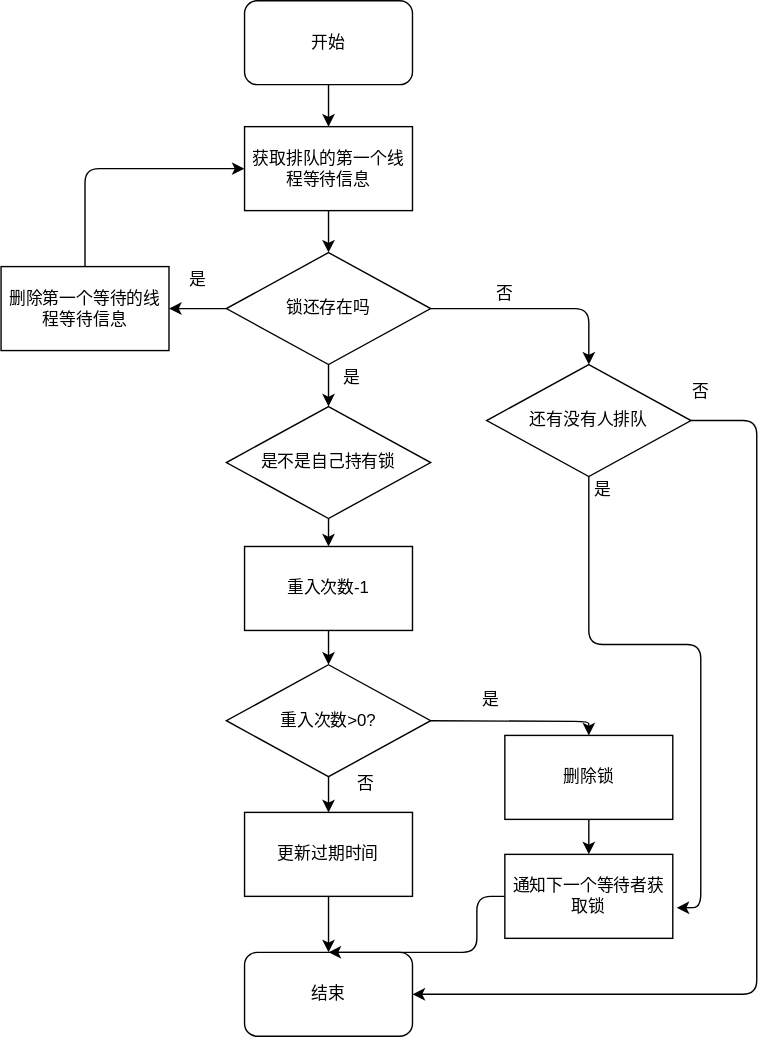
VegetableBCoder/redisson-learn keeps this draw.io diagram as redisson/src/main/resources/md/fair-lock/UnLock.dio.svg. Above is the earlier version. Source tidied: cells renumbered, new cells last; positions are measured from the earlier drawing's top-left corner, leaving out a move shared by most shapes.
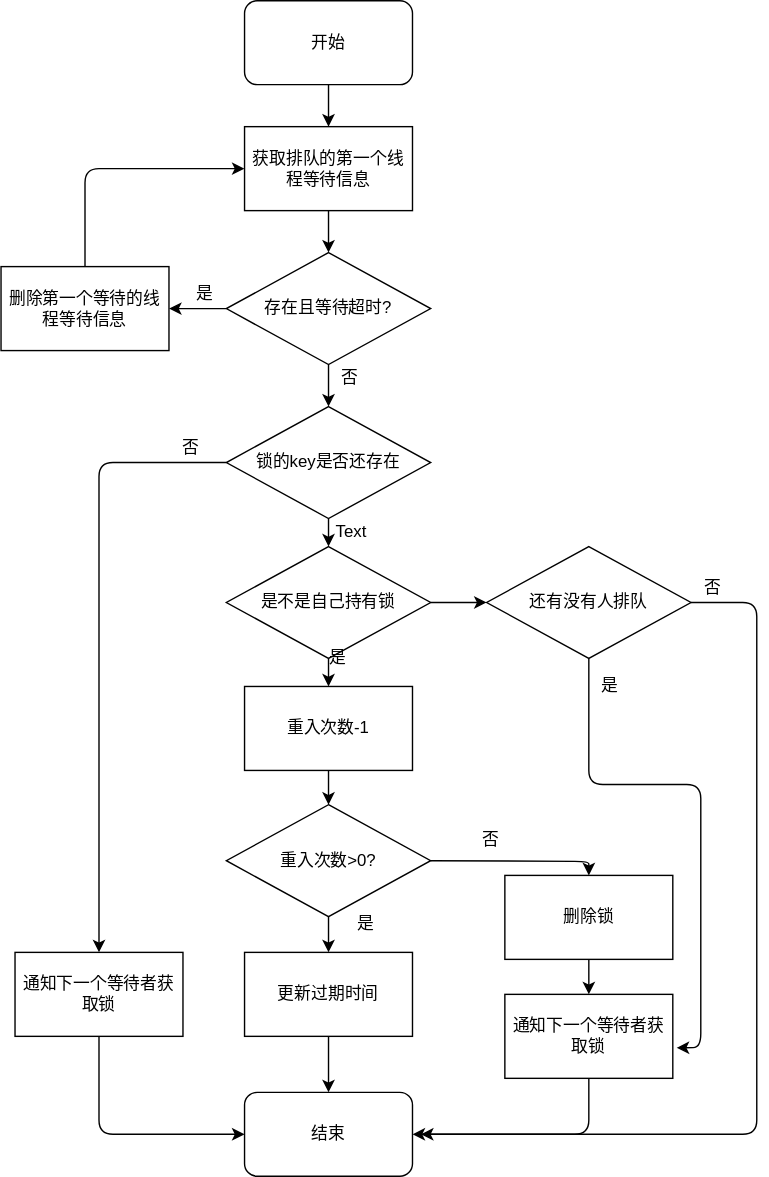
Above is the later version.

Diff of the diagram source:
```diff
@@ -19,17 +19,10 @@
         <mxPoint x="120" y="220" as="targetPoint" />
       </mxGeometry>
     </mxCell>
-    <mxCell id="7" style="edgeStyle=none;html=1;exitX=0.5;exitY=1;exitDx=0;exitDy=0;entryX=0.5;entryY=0;entryDx=0;entryDy=0;" parent="1" edge="1" source="9" target="13">
-      <mxGeometry relative="1" as="geometry" />
-    </mxCell>
-    <mxCell id="8" style="edgeStyle=none;html=1;exitX=1;exitY=0.5;exitDx=0;exitDy=0;entryX=0.5;entryY=0;entryDx=0;entryDy=0;" parent="1" edge="1" source="9" target="20">
-      <mxGeometry relative="1" as="geometry">
-        <Array as="points">
-          <mxPoint x="420" y="220" />
-        </Array>
-      </mxGeometry>
-    </mxCell>
+    <mxCell id="36" style="edgeStyle=none;html=1;exitX=0.5;exitY=1;exitDx=0;exitDy=0;entryX=0.5;entryY=0;entryDx=0;entryDy=0;" parent="1" edge="1" source="9" target="42">
+      <mxGeometry relative="1" as="geometry" />
+    </mxCell>
-    <mxCell id="9" value="锁还存在吗" style="rhombus;whiteSpace=wrap;html=1;" parent="1" vertex="1">
+    <mxCell id="9" value="存在且等待超时?" style="rhombus;whiteSpace=wrap;html=1;" parent="1" vertex="1">
       <mxGeometry x="161" y="180" width="146" height="80" as="geometry" />
     </mxCell>
     <mxCell id="10" style="edgeStyle=none;html=1;exitX=0.5;exitY=0;exitDx=0;exitDy=0;entryX=0;entryY=0.5;entryDx=0;entryDy=0;" parent="1" edge="1" target="5">
@@ -41,17 +34,17 @@
       </mxGeometry>
     </mxCell>
     <mxCell id="11" value="是" style="text;html=1;align=center;verticalAlign=middle;strokeColor=none;fillColor=none;" parent="1" vertex="1">
-      <mxGeometry x="125" y="190" width="30" height="20" as="geometry" />
+      <mxGeometry x="130" y="200" width="30" height="20" as="geometry" />
     </mxCell>
     <mxCell id="12" style="edgeStyle=none;html=1;exitX=0.5;exitY=1;exitDx=0;exitDy=0;entryX=0.5;entryY=0;entryDx=0;entryDy=0;" parent="1" edge="1" source="13" target="22">
       <mxGeometry relative="1" as="geometry" />
     </mxCell>
+    <mxCell id="37" style="edgeStyle=none;html=1;exitX=1;exitY=0.5;exitDx=0;exitDy=0;entryX=0;entryY=0.5;entryDx=0;entryDy=0;" parent="1" edge="1" source="13" target="20">
+      <mxGeometry relative="1" as="geometry" />
+    </mxCell>
     <mxCell id="13" value="是不是自己持有锁" style="rhombus;whiteSpace=wrap;html=1;" parent="1" vertex="1">
-      <mxGeometry x="161" y="290" width="146" height="80" as="geometry" />
+      <mxGeometry x="161" y="390" width="146" height="80" as="geometry" />
     </mxCell>
-    <mxCell id="14" value="是" style="text;html=1;align=center;verticalAlign=middle;strokeColor=none;fillColor=none;" parent="1" vertex="1">
-      <mxGeometry x="235" y="260" width="30" height="20" as="geometry" />
-    </mxCell>
     <mxCell id="15" value="&lt;span style=&quot;font-family: &amp;#34;helvetica&amp;#34;&quot;&gt;删除第一个等待的线程等待信息&lt;/span&gt;" style="rounded=0;whiteSpace=wrap;html=1;" parent="1" vertex="1">
       <mxGeometry y="190" width="120" height="60" as="geometry" />
     </mxCell>
@@ -59,33 +52,33 @@
       <mxGeometry relative="1" as="geometry" />
     </mxCell>
     <mxCell id="17" value="删除锁" style="rounded=0;whiteSpace=wrap;html=1;" parent="1" vertex="1">
-      <mxGeometry x="360" y="525" width="120" height="60" as="geometry" />
+      <mxGeometry x="360" y="625" width="120" height="60" as="geometry" />
     </mxCell>
     <mxCell id="18" style="edgeStyle=none;html=1;exitX=0.5;exitY=1;exitDx=0;exitDy=0;entryX=1.023;entryY=0.637;entryDx=0;entryDy=0;entryPerimeter=0;" parent="1" edge="1" source="20" target="32">
       <mxGeometry relative="1" as="geometry">
         <Array as="points">
-          <mxPoint x="420" y="460" />
-          <mxPoint x="500" y="460" />
-          <mxPoint x="500" y="648" />
+          <mxPoint x="420" y="560" />
+          <mxPoint x="500" y="560" />
+          <mxPoint x="500" y="748" />
         </Array>
       </mxGeometry>
     </mxCell>
     <mxCell id="19" style="edgeStyle=none;html=1;exitX=1;exitY=0.5;exitDx=0;exitDy=0;entryX=1;entryY=0.5;entryDx=0;entryDy=0;" parent="1" edge="1" source="20" target="28">
       <mxGeometry relative="1" as="geometry">
         <Array as="points">
-          <mxPoint x="540" y="300" />
-          <mxPoint x="540" y="710" />
+          <mxPoint x="540" y="430" />
+          <mxPoint x="540" y="810" />
         </Array>
       </mxGeometry>
     </mxCell>
     <mxCell id="20" value="还有没有人排队" style="rhombus;whiteSpace=wrap;html=1;" parent="1" vertex="1">
-      <mxGeometry x="347" y="260" width="146" height="80" as="geometry" />
+      <mxGeometry x="347" y="390" width="146" height="80" as="geometry" />
     </mxCell>
     <mxCell id="21" style="edgeStyle=none;html=1;exitX=0.5;exitY=1;exitDx=0;exitDy=0;entryX=0.5;entryY=0;entryDx=0;entryDy=0;" parent="1" edge="1" source="22" target="25">
       <mxGeometry relative="1" as="geometry" />
     </mxCell>
     <mxCell id="22" value="重入次数-1" style="rounded=0;whiteSpace=wrap;html=1;" parent="1" vertex="1">
-      <mxGeometry x="174" y="390" width="120" height="60" as="geometry" />
+      <mxGeometry x="174" y="490" width="120" height="60" as="geometry" />
     </mxCell>
     <mxCell id="23" style="edgeStyle=none;html=1;exitX=0.5;exitY=1;exitDx=0;exitDy=0;entryX=0.5;entryY=0;entryDx=0;entryDy=0;" parent="1" edge="1" source="25" target="27">
       <mxGeometry relative="1" as="geometry" />
@@ -93,47 +86,79 @@
     <mxCell id="24" style="edgeStyle=none;html=1;exitX=1;exitY=0.5;exitDx=0;exitDy=0;entryX=0.5;entryY=0;entryDx=0;entryDy=0;" parent="1" edge="1" source="25" target="17">
       <mxGeometry relative="1" as="geometry">
         <Array as="points">
-          <mxPoint x="420" y="515" />
+          <mxPoint x="420" y="615" />
         </Array>
       </mxGeometry>
     </mxCell>
     <mxCell id="25" value="重入次数&amp;gt;0?" style="rhombus;whiteSpace=wrap;html=1;" parent="1" vertex="1">
-      <mxGeometry x="161" y="474.5" width="146" height="80" as="geometry" />
+      <mxGeometry x="161" y="574.5" width="146" height="80" as="geometry" />
     </mxCell>
     <mxCell id="26" style="edgeStyle=none;html=1;exitX=0.5;exitY=1;exitDx=0;exitDy=0;entryX=0.5;entryY=0;entryDx=0;entryDy=0;" parent="1" edge="1" source="27" target="28">
       <mxGeometry relative="1" as="geometry" />
     </mxCell>
     <mxCell id="27" value="更新过期时间" style="rounded=0;whiteSpace=wrap;html=1;" parent="1" vertex="1">
-      <mxGeometry x="174" y="580" width="120" height="60" as="geometry" />
+      <mxGeometry x="174" y="680" width="120" height="60" as="geometry" />
     </mxCell>
     <mxCell id="28" value="结束" style="rounded=1;whiteSpace=wrap;html=1;" parent="1" vertex="1">
-      <mxGeometry x="174" y="680" width="120" height="60" as="geometry" />
+      <mxGeometry x="174" y="780" width="120" height="60" as="geometry" />
     </mxCell>
-    <mxCell id="29" value="否" style="text;html=1;align=center;verticalAlign=middle;strokeColor=none;fillColor=none;" parent="1" vertex="1">
-      <mxGeometry x="245" y="550" width="30" height="20" as="geometry" />
+    <mxCell id="29" value="是" style="text;html=1;align=center;verticalAlign=middle;strokeColor=none;fillColor=none;" parent="1" vertex="1">
+      <mxGeometry x="245" y="650" width="30" height="20" as="geometry" />
     </mxCell>
     <mxCell id="30" value="否" style="text;html=1;align=center;verticalAlign=middle;strokeColor=none;fillColor=none;" parent="1" vertex="1">
-      <mxGeometry x="345" y="200" width="30" height="20" as="geometry" />
+      <mxGeometry x="234" y="260" width="30" height="20" as="geometry" />
     </mxCell>
-    <mxCell id="31" style="edgeStyle=none;html=1;exitX=0;exitY=0.5;exitDx=0;exitDy=0;entryX=0.5;entryY=0;entryDx=0;entryDy=0;" parent="1" edge="1" source="32" target="28">
-      <mxGeometry relative="1" as="geometry">
-        <Array as="points">
-          <mxPoint x="340" y="640" />
-          <mxPoint x="340" y="680" />
-        </Array>
-      </mxGeometry>
-    </mxCell>
+    <mxCell id="38" style="edgeStyle=none;html=1;exitX=0.5;exitY=1;exitDx=0;exitDy=0;" parent="1" edge="1" source="32">
+      <mxGeometry relative="1" as="geometry">
+        <mxPoint x="300" y="810" as="targetPoint" />
+        <Array as="points">
+          <mxPoint x="420" y="810" />
+        </Array>
+      </mxGeometry>
+    </mxCell>
     <mxCell id="32" value="通知下一个等待者获取锁" style="rounded=0;whiteSpace=wrap;html=1;" parent="1" vertex="1">
-      <mxGeometry x="360" y="610" width="120" height="60" as="geometry" />
+      <mxGeometry x="360" y="710" width="120" height="60" as="geometry" />
     </mxCell>
-    <mxCell id="33" value="是" style="text;html=1;align=center;verticalAlign=middle;strokeColor=none;fillColor=none;" parent="1" vertex="1">
-      <mxGeometry x="335" y="490" width="30" height="20" as="geometry" />
+    <mxCell id="33" value="否" style="text;html=1;align=center;verticalAlign=middle;strokeColor=none;fillColor=none;" parent="1" vertex="1">
+      <mxGeometry x="335" y="590" width="30" height="20" as="geometry" />
     </mxCell>
-    <mxCell id="34" value="否" style="text;html=1;align=center;verticalAlign=middle;strokeColor=none;fillColor=none;" parent="1" vertex="1">
-      <mxGeometry x="485" y="270" width="30" height="20" as="geometry" />
-    </mxCell>
     <mxCell id="35" value="是" style="text;html=1;align=center;verticalAlign=middle;strokeColor=none;fillColor=none;" parent="1" vertex="1">
-      <mxGeometry x="415" y="340" width="30" height="20" as="geometry" />
+      <mxGeometry x="420" y="480" width="30" height="20" as="geometry" />
     </mxCell>
+    <mxCell id="39" value="否" style="text;html=1;align=center;verticalAlign=middle;strokeColor=none;fillColor=none;" parent="1" vertex="1">
+      <mxGeometry x="493" y="410" width="30" height="20" as="geometry" />
+    </mxCell>
+    <mxCell id="40" style="edgeStyle=none;html=1;exitX=0.5;exitY=1;exitDx=0;exitDy=0;entryX=0.5;entryY=0;entryDx=0;entryDy=0;" parent="1" edge="1" source="42" target="13">
+      <mxGeometry relative="1" as="geometry" />
+    </mxCell>
+    <mxCell id="41" style="edgeStyle=none;html=1;exitX=0;exitY=0.5;exitDx=0;exitDy=0;entryX=0.5;entryY=0;entryDx=0;entryDy=0;" parent="1" edge="1" source="42" target="44">
+      <mxGeometry relative="1" as="geometry">
+        <Array as="points">
+          <mxPoint x="70" y="330" />
+        </Array>
+      </mxGeometry>
+    </mxCell>
+    <mxCell id="42" value="锁的key是否还存在" style="rhombus;whiteSpace=wrap;html=1;" parent="1" vertex="1">
+      <mxGeometry x="161" y="290" width="146" height="80" as="geometry" />
+    </mxCell>
+    <mxCell id="14" value="是" style="text;html=1;align=center;verticalAlign=middle;strokeColor=none;fillColor=none;" parent="1" vertex="1">
+      <mxGeometry x="225" y="460" width="30" height="20" as="geometry" />
+    </mxCell>
+    <mxCell id="43" style="edgeStyle=none;html=1;exitX=0.5;exitY=1;exitDx=0;exitDy=0;entryX=0;entryY=0.5;entryDx=0;entryDy=0;" parent="1" edge="1" source="44" target="28">
+      <mxGeometry relative="1" as="geometry">
+        <Array as="points">
+          <mxPoint x="70" y="810" />
+        </Array>
+      </mxGeometry>
+    </mxCell>
+    <mxCell id="44" value="通知下一个等待者获取锁" style="rounded=0;whiteSpace=wrap;html=1;" parent="1" vertex="1">
+      <mxGeometry x="10" y="680" width="120" height="60" as="geometry" />
+    </mxCell>
+    <mxCell id="45" value="否" style="text;html=1;align=center;verticalAlign=middle;strokeColor=none;fillColor=none;" parent="1" vertex="1">
+      <mxGeometry x="120" y="310" width="30" height="20" as="geometry" />
+    </mxCell>
+    <mxCell id="46" value="Text" style="text;html=1;align=center;verticalAlign=middle;strokeColor=none;fillColor=none;" parent="1" vertex="1">
+      <mxGeometry x="230" y="370" width="40" height="20" as="geometry" />
+    </mxCell>
   </root>
 </mxGraphModel>
```
